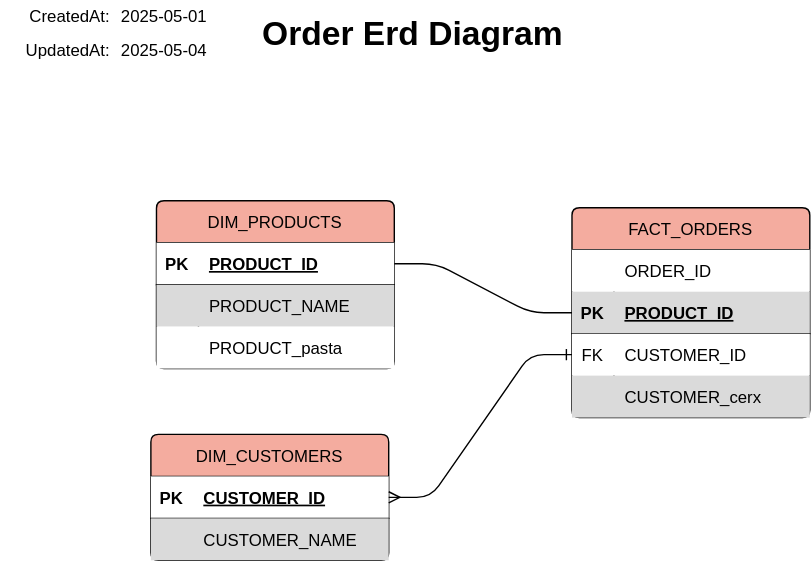
This is docs/erd_diagram.drawio.svg from mauro-cerzosimo/erd_drawio, a draw.io export, as it was before one commit. Source tidied: cells renumbered, new cells last; positions are measured from the earlier drawing's top-left corner, leaving out a move shared by most shapes. Its diagram source:
```xml
<mxGraphModel>
  <root>
    <mxCell id="0" />
    <mxCell id="1" parent="0" />
    <mxCell id="2" value="FACT_ORDERS" style="shape=table;startSize=30;rounded=1;arcSize=6;rowLines=0;fontStyle=0;align=center;fillColor=#F4AC9F;strokeColor=default;" parent="1" vertex="1">
      <mxGeometry x="408" y="148" width="170" height="150" as="geometry" />
    </mxCell>
    <mxCell id="3" style="shape=tableRow;horizontal=0;startSize=0;swimlaneHead=0;swimlaneBody=0;strokeColor=inherit;top=0;left=0;right=0;fillColor=#ffffff;bottom=0;" parent="2" vertex="1">
      <mxGeometry y="30" width="170" height="30" as="geometry" />
    </mxCell>
    <mxCell id="4" style="shape=partialRectangle;overflow=hidden;fillColor=none;strokeColor=inherit;top=0;left=0;bottom=0;right=0;fontStyle=;" parent="3" vertex="1">
      <mxGeometry width="30" height="30" as="geometry" />
    </mxCell>
    <mxCell id="5" value="ORDER_ID" style="shape=partialRectangle;overflow=hidden;fillColor=none;align=left;strokeColor=inherit;top=0;left=0;bottom=0;right=0;spacingLeft=6;fontStyle=;" parent="3" vertex="1">
      <mxGeometry x="30" width="140" height="30" as="geometry" />
    </mxCell>
    <mxCell id="6" style="shape=tableRow;horizontal=0;startSize=0;swimlaneHead=0;swimlaneBody=0;portConstraint=eastwest;strokeColor=inherit;top=0;left=0;right=0;fillColor=#DADADA;bottom=1;" parent="2" vertex="1">
      <mxGeometry y="60" width="170" height="30" as="geometry" />
    </mxCell>
    <mxCell id="7" value="PK" style="shape=partialRectangle;overflow=hidden;fillColor=none;strokeColor=inherit;top=0;left=0;bottom=0;right=0;fontStyle=1;" parent="6" vertex="1">
      <mxGeometry width="30" height="30" as="geometry" />
    </mxCell>
    <mxCell id="8" value="PRODUCT_ID" style="shape=partialRectangle;overflow=hidden;fillColor=none;align=left;strokeColor=inherit;top=0;left=0;bottom=0;right=0;spacingLeft=6;fontStyle=5;" parent="6" vertex="1">
      <mxGeometry x="30" width="140" height="30" as="geometry" />
    </mxCell>
    <mxCell id="9" style="shape=tableRow;horizontal=0;startSize=0;swimlaneHead=0;swimlaneBody=0;portConstraint=eastwest;strokeColor=inherit;top=0;left=0;right=0;fillColor=#ffffff;bottom=0;" parent="2" vertex="1">
      <mxGeometry y="90" width="170" height="30" as="geometry" />
    </mxCell>
    <mxCell id="10" value="FK" style="shape=partialRectangle;overflow=hidden;fillColor=none;strokeColor=inherit;top=0;left=0;bottom=0;right=0;fontStyle=;" parent="9" vertex="1">
      <mxGeometry width="30" height="30" as="geometry" />
    </mxCell>
    <mxCell id="11" value="CUSTOMER_ID" style="shape=partialRectangle;overflow=hidden;fillColor=none;align=left;strokeColor=inherit;top=0;left=0;bottom=0;right=0;spacingLeft=6;fontStyle=;" parent="9" vertex="1">
      <mxGeometry x="30" width="140" height="30" as="geometry" />
    </mxCell>
    <mxCell id="12" style="shape=tableRow;horizontal=0;startSize=0;swimlaneHead=0;swimlaneBody=0;strokeColor=inherit;top=0;left=0;right=0;fillColor=#DADADA;bottom=0;" parent="2" vertex="1">
      <mxGeometry y="120" width="170" height="30" as="geometry" />
    </mxCell>
    <mxCell id="13" style="shape=partialRectangle;overflow=hidden;fillColor=none;strokeColor=inherit;top=0;left=0;bottom=0;right=0;fontStyle=;" parent="12" vertex="1">
      <mxGeometry width="30" height="30" as="geometry" />
    </mxCell>
    <mxCell id="14" value="CUSTOMER_cerx" style="shape=partialRectangle;overflow=hidden;fillColor=none;align=left;strokeColor=inherit;top=0;left=0;bottom=0;right=0;spacingLeft=6;fontStyle=;" parent="12" vertex="1">
      <mxGeometry x="30" width="140" height="30" as="geometry" />
    </mxCell>
    <mxCell id="15" value="DIM_PRODUCTS" style="shape=table;startSize=30;rounded=1;arcSize=6;rowLines=0;fontStyle=0;align=center;fillColor=#F4AC9F;strokeColor=default;" parent="1" vertex="1">
      <mxGeometry x="111" y="143" width="170" height="120" as="geometry" />
    </mxCell>
    <mxCell id="16" style="shape=tableRow;horizontal=0;startSize=0;swimlaneHead=0;swimlaneBody=0;portConstraint=eastwest;strokeColor=inherit;top=0;left=0;right=0;fillColor=#ffffff;bottom=1;" parent="15" vertex="1">
      <mxGeometry y="30" width="170" height="30" as="geometry" />
    </mxCell>
    <mxCell id="17" value="PK" style="shape=partialRectangle;overflow=hidden;fillColor=none;strokeColor=inherit;top=0;left=0;bottom=0;right=0;fontStyle=1;" parent="16" vertex="1">
      <mxGeometry width="30" height="30" as="geometry" />
    </mxCell>
    <mxCell id="18" value="PRODUCT_ID" style="shape=partialRectangle;overflow=hidden;fillColor=none;align=left;strokeColor=inherit;top=0;left=0;bottom=0;right=0;spacingLeft=6;fontStyle=5;" parent="16" vertex="1">
      <mxGeometry x="30" width="140" height="30" as="geometry" />
    </mxCell>
    <mxCell id="19" style="shape=tableRow;horizontal=0;startSize=0;swimlaneHead=0;swimlaneBody=0;strokeColor=inherit;top=0;left=0;right=0;fillColor=#DADADA;bottom=0;" parent="15" vertex="1">
      <mxGeometry y="60" width="170" height="30" as="geometry" />
    </mxCell>
    <mxCell id="20" style="shape=partialRectangle;overflow=hidden;fillColor=none;strokeColor=inherit;top=0;left=0;bottom=0;right=0;fontStyle=;" parent="19" vertex="1">
      <mxGeometry width="30" height="30" as="geometry" />
    </mxCell>
    <mxCell id="21" value="PRODUCT_NAME" style="shape=partialRectangle;overflow=hidden;fillColor=none;align=left;strokeColor=inherit;top=0;left=0;bottom=0;right=0;spacingLeft=6;fontStyle=;" parent="19" vertex="1">
      <mxGeometry x="30" width="140" height="30" as="geometry" />
    </mxCell>
    <mxCell id="22" style="shape=tableRow;horizontal=0;startSize=0;swimlaneHead=0;swimlaneBody=0;strokeColor=inherit;top=0;left=0;right=0;fillColor=#ffffff;bottom=0;" parent="15" vertex="1">
      <mxGeometry y="90" width="170" height="30" as="geometry" />
    </mxCell>
    <mxCell id="23" style="shape=partialRectangle;overflow=hidden;fillColor=none;strokeColor=inherit;top=0;left=0;bottom=0;right=0;fontStyle=;" parent="22" vertex="1">
      <mxGeometry width="30" height="30" as="geometry" />
    </mxCell>
    <mxCell id="24" value="PRODUCT_pasta" style="shape=partialRectangle;overflow=hidden;fillColor=none;align=left;strokeColor=inherit;top=0;left=0;bottom=0;right=0;spacingLeft=6;fontStyle=;" parent="22" vertex="1">
      <mxGeometry x="30" width="140" height="30" as="geometry" />
    </mxCell>
    <mxCell id="25" value="DIM_CUSTOMERS" style="shape=table;startSize=30;rounded=1;arcSize=6;rowLines=0;fontStyle=0;align=center;fillColor=#F4AC9F;strokeColor=default;" parent="1" vertex="1">
      <mxGeometry x="107" y="310" width="170" height="90" as="geometry" />
    </mxCell>
    <mxCell id="26" style="shape=tableRow;horizontal=0;startSize=0;swimlaneHead=0;swimlaneBody=0;portConstraint=eastwest;strokeColor=inherit;top=0;left=0;right=0;fillColor=#ffffff;bottom=1;" parent="25" vertex="1">
      <mxGeometry y="30" width="170" height="30" as="geometry" />
    </mxCell>
    <mxCell id="27" value="PK" style="shape=partialRectangle;overflow=hidden;fillColor=none;strokeColor=inherit;top=0;left=0;bottom=0;right=0;fontStyle=1;" parent="26" vertex="1">
      <mxGeometry width="30" height="30" as="geometry" />
    </mxCell>
    <mxCell id="28" value="CUSTOMER_ID" style="shape=partialRectangle;overflow=hidden;fillColor=none;align=left;strokeColor=inherit;top=0;left=0;bottom=0;right=0;spacingLeft=6;fontStyle=5;" parent="26" vertex="1">
      <mxGeometry x="30" width="140" height="30" as="geometry" />
    </mxCell>
    <mxCell id="29" style="shape=tableRow;horizontal=0;startSize=0;swimlaneHead=0;swimlaneBody=0;strokeColor=inherit;top=0;left=0;right=0;fillColor=#DADADA;bottom=0;" parent="25" vertex="1">
      <mxGeometry y="60" width="170" height="30" as="geometry" />
    </mxCell>
    <mxCell id="30" style="shape=partialRectangle;overflow=hidden;fillColor=none;strokeColor=inherit;top=0;left=0;bottom=0;right=0;fontStyle=;" parent="29" vertex="1">
      <mxGeometry width="30" height="30" as="geometry" />
    </mxCell>
    <mxCell id="31" value="CUSTOMER_NAME" style="shape=partialRectangle;overflow=hidden;fillColor=none;align=left;strokeColor=inherit;top=0;left=0;bottom=0;right=0;spacingLeft=6;fontStyle=;" parent="29" vertex="1">
      <mxGeometry x="30" width="140" height="30" as="geometry" />
    </mxCell>
    <mxCell id="32" style="edgeStyle=entityRelationEdgeStyle;fontSize=12;html=1;endArrow=;startArrow=;" parent="1" edge="1" source="6" target="16">
      <mxGeometry relative="1" as="geometry" />
    </mxCell>
    <mxCell id="33" style="edgeStyle=entityRelationEdgeStyle;fontSize=12;html=1;endArrow=ERone;startArrow=ERmany;" parent="1" edge="1" source="26" target="9">
      <mxGeometry relative="1" as="geometry" />
    </mxCell>
    <mxCell id="34" value="Order Erd Diagram" style="shape=text;strokeColor=none;fillColor=none;html=1;fontSize=24;fontStyle=1;verticalAlign=middle;align=left;flipH=1;flipV=1;" parent="1" vertex="1">
      <mxGeometry x="185" y="4" width="125" height="40" as="geometry" />
    </mxCell>
    <mxCell id="35" style="shadow=0;fillColor=none;strokeColor=none;" parent="1" vertex="1">
      <mxGeometry width="175.8" height="48" as="geometry" />
    </mxCell>
    <mxCell id="36" style="shape=tableRow;horizontal=0;startSize=0;swimlaneHead=0;swimlaneBody=0;top=0;left=0;bottom=0;right=0;fontStyle=0;fillColor=none;" parent="35" vertex="1">
      <mxGeometry width="175.8" height="24" as="geometry" />
    </mxCell>
    <mxCell id="37" value="CreatedAt:" style="strokeColor=none;fillColor=none;whiteSpace=wrap;html=1;spacingLeft=2;spacingRight=2;align=right;" parent="36" vertex="1">
      <mxGeometry width="82" height="24" as="geometry" />
    </mxCell>
    <mxCell id="38" value="2025-05-01" style="strokeColor=none;fillColor=none;whiteSpace=wrap;html=1;spacingLeft=2;spacingRight=2;align=left;" parent="36" vertex="1">
      <mxGeometry x="82" width="94" height="24" as="geometry" />
    </mxCell>
    <mxCell id="39" style="shape=tableRow;horizontal=0;startSize=0;swimlaneHead=0;swimlaneBody=0;top=0;left=0;bottom=0;right=0;fontStyle=0;fillColor=none;" parent="35" vertex="1">
      <mxGeometry y="24" width="175.8" height="24" as="geometry" />
    </mxCell>
    <mxCell id="40" value="UpdatedAt:" style="strokeColor=none;fillColor=none;whiteSpace=wrap;html=1;spacingLeft=2;spacingRight=2;align=right;" parent="39" vertex="1">
      <mxGeometry width="82" height="24" as="geometry" />
    </mxCell>
    <mxCell id="41" value="2025-05-04" style="strokeColor=none;fillColor=none;whiteSpace=wrap;html=1;spacingLeft=2;spacingRight=2;align=left;" parent="39" vertex="1">
      <mxGeometry x="82" width="94" height="24" as="geometry" />
    </mxCell>
  </root>
</mxGraphModel>
```
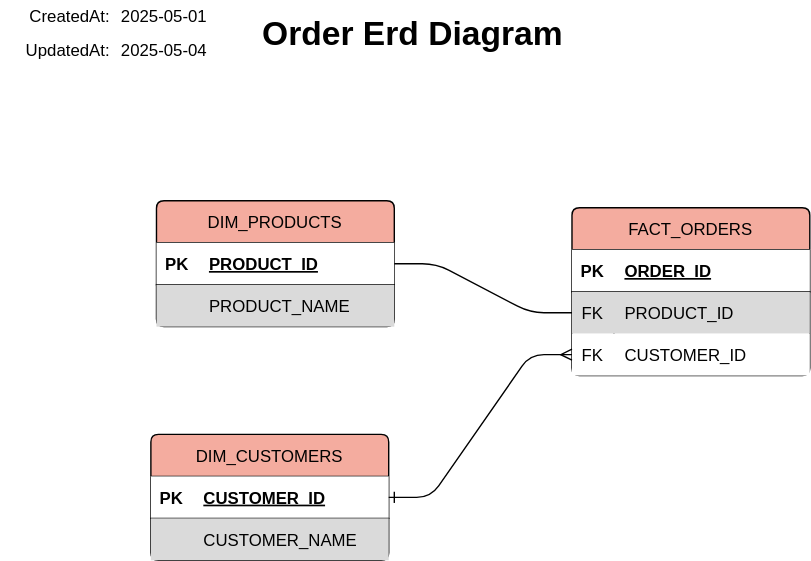
Later version of the same file.

Change to the diagram source:
```diff
@@ -3,24 +3,24 @@
     <mxCell id="0" />
     <mxCell id="1" parent="0" />
     <mxCell id="2" value="FACT_ORDERS" style="shape=table;startSize=30;rounded=1;arcSize=6;rowLines=0;fontStyle=0;align=center;fillColor=#F4AC9F;strokeColor=default;" parent="1" vertex="1">
-      <mxGeometry x="408" y="148" width="170" height="150" as="geometry" />
+      <mxGeometry x="408" y="148" width="170" height="120" as="geometry" />
     </mxCell>
-    <mxCell id="3" style="shape=tableRow;horizontal=0;startSize=0;swimlaneHead=0;swimlaneBody=0;strokeColor=inherit;top=0;left=0;right=0;fillColor=#ffffff;bottom=0;" parent="2" vertex="1">
+    <mxCell id="3" style="shape=tableRow;horizontal=0;startSize=0;swimlaneHead=0;swimlaneBody=0;strokeColor=inherit;top=0;left=0;right=0;fillColor=#ffffff;bottom=1;" parent="2" vertex="1">
       <mxGeometry y="30" width="170" height="30" as="geometry" />
     </mxCell>
-    <mxCell id="4" style="shape=partialRectangle;overflow=hidden;fillColor=none;strokeColor=inherit;top=0;left=0;bottom=0;right=0;fontStyle=;" parent="3" vertex="1">
+    <mxCell id="4" value="PK" style="shape=partialRectangle;overflow=hidden;fillColor=none;strokeColor=inherit;top=0;left=0;bottom=0;right=0;fontStyle=1;" parent="3" vertex="1">
       <mxGeometry width="30" height="30" as="geometry" />
     </mxCell>
-    <mxCell id="5" value="ORDER_ID" style="shape=partialRectangle;overflow=hidden;fillColor=none;align=left;strokeColor=inherit;top=0;left=0;bottom=0;right=0;spacingLeft=6;fontStyle=;" parent="3" vertex="1">
+    <mxCell id="5" value="ORDER_ID" style="shape=partialRectangle;overflow=hidden;fillColor=none;align=left;strokeColor=inherit;top=0;left=0;bottom=0;right=0;spacingLeft=6;fontStyle=5;" parent="3" vertex="1">
       <mxGeometry x="30" width="140" height="30" as="geometry" />
     </mxCell>
-    <mxCell id="6" style="shape=tableRow;horizontal=0;startSize=0;swimlaneHead=0;swimlaneBody=0;portConstraint=eastwest;strokeColor=inherit;top=0;left=0;right=0;fillColor=#DADADA;bottom=1;" parent="2" vertex="1">
+    <mxCell id="6" style="shape=tableRow;horizontal=0;startSize=0;swimlaneHead=0;swimlaneBody=0;portConstraint=eastwest;strokeColor=inherit;top=0;left=0;right=0;fillColor=#DADADA;bottom=0;" parent="2" vertex="1">
       <mxGeometry y="60" width="170" height="30" as="geometry" />
     </mxCell>
-    <mxCell id="7" value="PK" style="shape=partialRectangle;overflow=hidden;fillColor=none;strokeColor=inherit;top=0;left=0;bottom=0;right=0;fontStyle=1;" parent="6" vertex="1">
+    <mxCell id="7" value="FK" style="shape=partialRectangle;overflow=hidden;fillColor=none;strokeColor=inherit;top=0;left=0;bottom=0;right=0;fontStyle=;" parent="6" vertex="1">
       <mxGeometry width="30" height="30" as="geometry" />
     </mxCell>
-    <mxCell id="8" value="PRODUCT_ID" style="shape=partialRectangle;overflow=hidden;fillColor=none;align=left;strokeColor=inherit;top=0;left=0;bottom=0;right=0;spacingLeft=6;fontStyle=5;" parent="6" vertex="1">
+    <mxCell id="8" value="PRODUCT_ID" style="shape=partialRectangle;overflow=hidden;fillColor=none;align=left;strokeColor=inherit;top=0;left=0;bottom=0;right=0;spacingLeft=6;fontStyle=;" parent="6" vertex="1">
       <mxGeometry x="30" width="140" height="30" as="geometry" />
     </mxCell>
     <mxCell id="9" style="shape=tableRow;horizontal=0;startSize=0;swimlaneHead=0;swimlaneBody=0;portConstraint=eastwest;strokeColor=inherit;top=0;left=0;right=0;fillColor=#ffffff;bottom=0;" parent="2" vertex="1">
@@ -32,17 +32,8 @@
     <mxCell id="11" value="CUSTOMER_ID" style="shape=partialRectangle;overflow=hidden;fillColor=none;align=left;strokeColor=inherit;top=0;left=0;bottom=0;right=0;spacingLeft=6;fontStyle=;" parent="9" vertex="1">
       <mxGeometry x="30" width="140" height="30" as="geometry" />
     </mxCell>
-    <mxCell id="12" style="shape=tableRow;horizontal=0;startSize=0;swimlaneHead=0;swimlaneBody=0;strokeColor=inherit;top=0;left=0;right=0;fillColor=#DADADA;bottom=0;" parent="2" vertex="1">
-      <mxGeometry y="120" width="170" height="30" as="geometry" />
-    </mxCell>
-    <mxCell id="13" style="shape=partialRectangle;overflow=hidden;fillColor=none;strokeColor=inherit;top=0;left=0;bottom=0;right=0;fontStyle=;" parent="12" vertex="1">
-      <mxGeometry width="30" height="30" as="geometry" />
-    </mxCell>
-    <mxCell id="14" value="CUSTOMER_cerx" style="shape=partialRectangle;overflow=hidden;fillColor=none;align=left;strokeColor=inherit;top=0;left=0;bottom=0;right=0;spacingLeft=6;fontStyle=;" parent="12" vertex="1">
-      <mxGeometry x="30" width="140" height="30" as="geometry" />
-    </mxCell>
     <mxCell id="15" value="DIM_PRODUCTS" style="shape=table;startSize=30;rounded=1;arcSize=6;rowLines=0;fontStyle=0;align=center;fillColor=#F4AC9F;strokeColor=default;" parent="1" vertex="1">
-      <mxGeometry x="111" y="143" width="170" height="120" as="geometry" />
+      <mxGeometry x="111" y="143" width="170" height="90" as="geometry" />
     </mxCell>
     <mxCell id="16" style="shape=tableRow;horizontal=0;startSize=0;swimlaneHead=0;swimlaneBody=0;portConstraint=eastwest;strokeColor=inherit;top=0;left=0;right=0;fillColor=#ffffff;bottom=1;" parent="15" vertex="1">
       <mxGeometry y="30" width="170" height="30" as="geometry" />
@@ -62,15 +53,6 @@
     <mxCell id="21" value="PRODUCT_NAME" style="shape=partialRectangle;overflow=hidden;fillColor=none;align=left;strokeColor=inherit;top=0;left=0;bottom=0;right=0;spacingLeft=6;fontStyle=;" parent="19" vertex="1">
       <mxGeometry x="30" width="140" height="30" as="geometry" />
     </mxCell>
-    <mxCell id="22" style="shape=tableRow;horizontal=0;startSize=0;swimlaneHead=0;swimlaneBody=0;strokeColor=inherit;top=0;left=0;right=0;fillColor=#ffffff;bottom=0;" parent="15" vertex="1">
-      <mxGeometry y="90" width="170" height="30" as="geometry" />
-    </mxCell>
-    <mxCell id="23" style="shape=partialRectangle;overflow=hidden;fillColor=none;strokeColor=inherit;top=0;left=0;bottom=0;right=0;fontStyle=;" parent="22" vertex="1">
-      <mxGeometry width="30" height="30" as="geometry" />
-    </mxCell>
-    <mxCell id="24" value="PRODUCT_pasta" style="shape=partialRectangle;overflow=hidden;fillColor=none;align=left;strokeColor=inherit;top=0;left=0;bottom=0;right=0;spacingLeft=6;fontStyle=;" parent="22" vertex="1">
-      <mxGeometry x="30" width="140" height="30" as="geometry" />
-    </mxCell>
     <mxCell id="25" value="DIM_CUSTOMERS" style="shape=table;startSize=30;rounded=1;arcSize=6;rowLines=0;fontStyle=0;align=center;fillColor=#F4AC9F;strokeColor=default;" parent="1" vertex="1">
       <mxGeometry x="107" y="310" width="170" height="90" as="geometry" />
     </mxCell>
@@ -95,9 +77,9 @@
     <mxCell id="32" style="edgeStyle=entityRelationEdgeStyle;fontSize=12;html=1;endArrow=;startArrow=;" parent="1" edge="1" source="6" target="16">
       <mxGeometry relative="1" as="geometry" />
     </mxCell>
-    <mxCell id="33" style="edgeStyle=entityRelationEdgeStyle;fontSize=12;html=1;endArrow=ERone;startArrow=ERmany;" parent="1" edge="1" source="26" target="9">
-      <mxGeometry relative="1" as="geometry" />
-    </mxCell>
+    <mxCell id="42" style="edgeStyle=entityRelationEdgeStyle;fontSize=12;html=1;endArrow=ERone;startArrow=ERmany;" parent="1" edge="1" source="9" target="26">
+      <mxGeometry relative="1" as="geometry" />
+    </mxCell>
     <mxCell id="34" value="Order Erd Diagram" style="shape=text;strokeColor=none;fillColor=none;html=1;fontSize=24;fontStyle=1;verticalAlign=middle;align=left;flipH=1;flipV=1;" parent="1" vertex="1">
       <mxGeometry x="185" y="4" width="125" height="40" as="geometry" />
     </mxCell>
```
